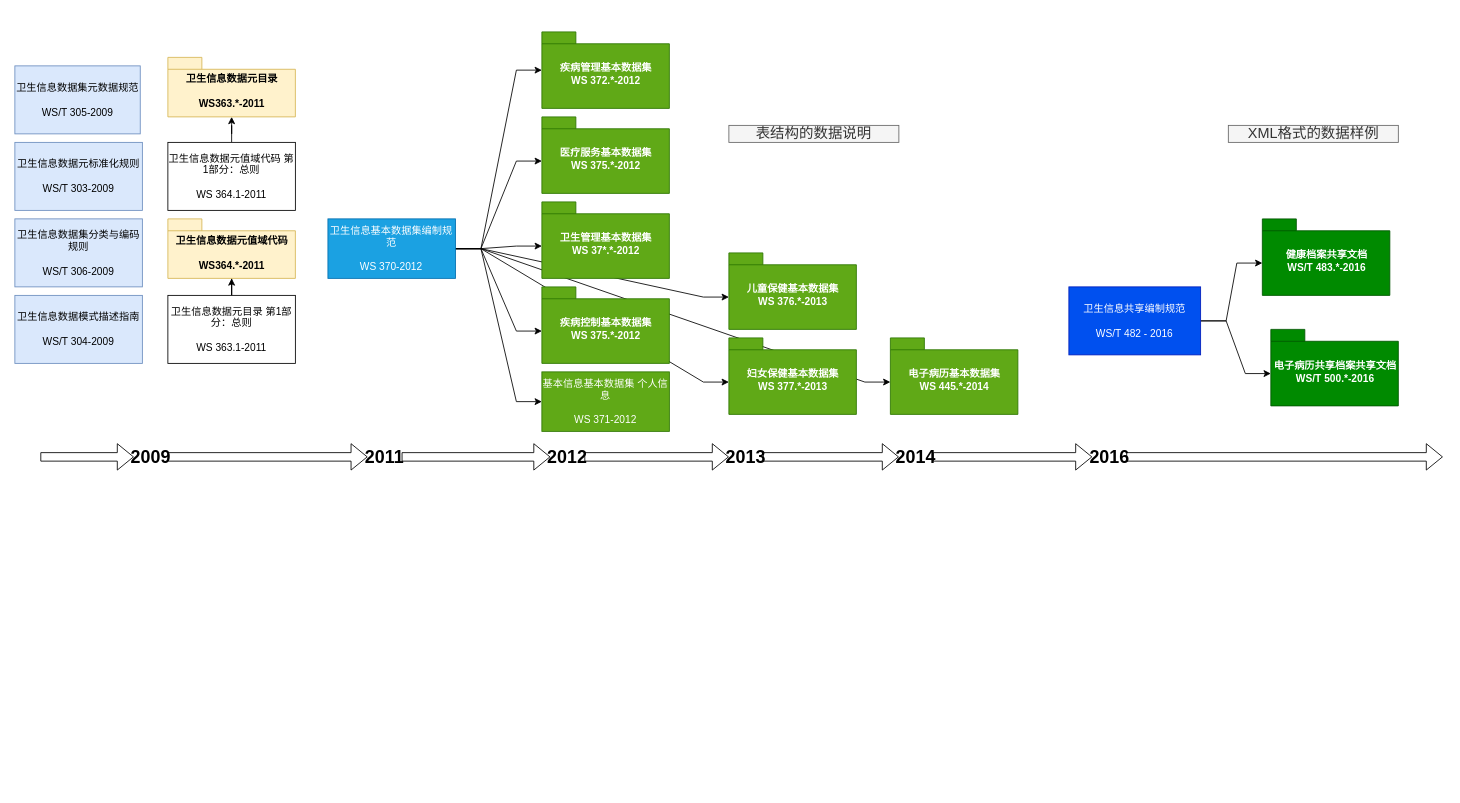
The draw.io diagram page "数据规范梳理" (2 of 2) of healthCloud.drawio in lzdong0714/note, before the edit. Source tidied: cells renumbered, new cells numbered last; positions are measured from the earlier drawing's top-left corner, leaving out a move shared by most shapes. Both pictures are drawn from the tidied source at 85%, with x=0, y=0 at pixel (14, 31).
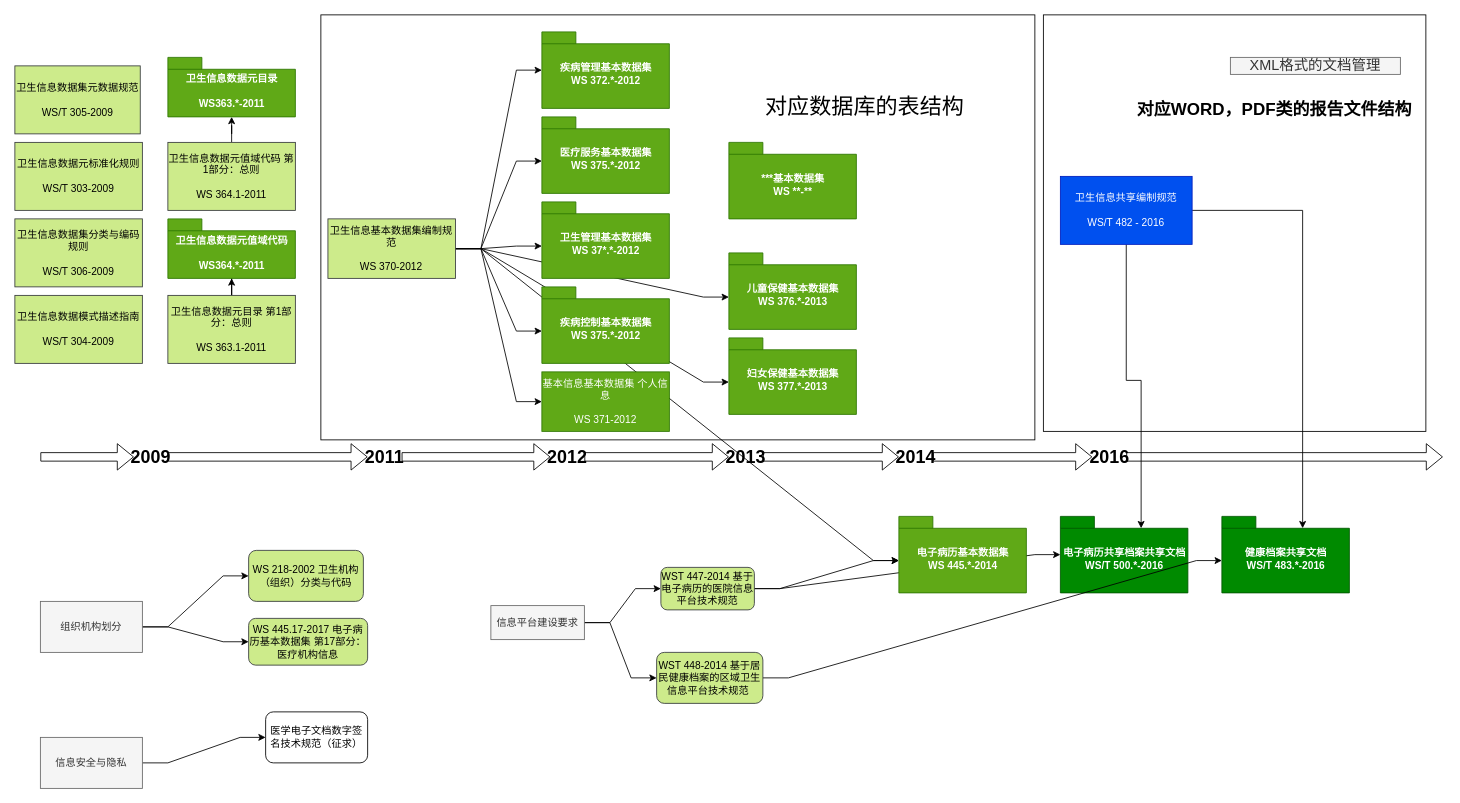
The same page after the edit.

What changed in the source:
```diff
@@
+    <mxCell id="49" style="edgeStyle=entityRelationEdgeStyle;rounded=0;jettySize=auto;html=1;" parent="1" edge="1" source="64" target="26">
+      <mxGeometry relative="1" as="geometry" />
+    </mxCell>
+    <mxCell id="50" style="rounded=0;whiteSpace=wrap;html=1;" parent="1" vertex="1">
+      <mxGeometry x="1210" y="-20" width="450" height="490" as="geometry" />
+    </mxCell>
+    <mxCell id="51" style="rounded=0;whiteSpace=wrap;html=1;" parent="1" vertex="1">
+      <mxGeometry x="360" y="-20" width="840" height="500" as="geometry" />
+    </mxCell>
+    <mxCell id="3" style="rounded=0;jettySize=auto;html=1;exitX=0.5;exitY=1;exitDx=0;exitDy=0;entryX=0;entryY=0;entryDx=95;entryDy=14;entryPerimeter=0;edgeStyle=orthogonalEdgeStyle;" parent="1" edge="1" source="4" target="26">
+      <mxGeometry relative="1" as="geometry" />
+    </mxCell>
-    <mxCell id="2" style="edgeStyle=entityRelationEdgeStyle;rounded=0;jettySize=auto;html=1;entryX=0;entryY=0;entryDx=0;entryDy=52;entryPerimeter=0;" parent="1" edge="1" source="4" target="23">
+    <mxCell id="2" style="edgeStyle=orthogonalEdgeStyle;rounded=0;jettySize=auto;html=1;entryX=0;entryY=0;entryDx=95;entryDy=14;entryPerimeter=0;" parent="1" edge="1" source="4" target="23">
       <mxGeometry relative="1" as="geometry" />
     </mxCell>
-    <mxCell id="3" style="edgeStyle=entityRelationEdgeStyle;rounded=0;jettySize=auto;html=1;entryX=0;entryY=0;entryDx=0;entryDy=52;entryPerimeter=0;" parent="1" edge="1" source="4" target="26">
-      <mxGeometry relative="1" as="geometry" />
-    </mxCell>
     <mxCell id="4" value="卫生信息共享编制规范&lt;br&gt;&lt;br&gt;&lt;span style=&quot;text-align: left ; white-space: nowrap&quot;&gt;WS/T 482 - 2016&lt;/span&gt;" style="rounded=0;whiteSpace=wrap;html=1;fillColor=#0050ef;strokeColor=#001DBC;fontColor=#ffffff;" parent="1" vertex="1">
-      <mxGeometry x="1240" y="300" width="155" height="80" as="geometry" />
+      <mxGeometry x="1230" y="170" width="155" height="80" as="geometry" />
     </mxCell>
-    <mxCell id="5" value="卫生信息数据元标准化规则&lt;br&gt;&lt;br&gt;WS/T 303-2009&lt;br&gt;" style="rounded=0;whiteSpace=wrap;html=1;fillColor=#dae8fc;strokeColor=#6c8ebf;" parent="1" vertex="1">
+    <mxCell id="5" value="卫生信息数据元标准化规则&lt;br&gt;&lt;br&gt;WS/T 303-2009&lt;br&gt;" style="rounded=0;whiteSpace=wrap;html=1;fillColor=#cdeb8b;strokeColor=#36393d;" parent="1" vertex="1">
       <mxGeometry y="130" width="150" height="80" as="geometry" />
     </mxCell>
-    <mxCell id="6" value="卫生信息数据模式描述指南&lt;br&gt;&lt;br&gt;WS/T 304-2009&lt;br&gt;" style="rounded=0;whiteSpace=wrap;html=1;fillColor=#dae8fc;strokeColor=#6c8ebf;" parent="1" vertex="1">
+    <mxCell id="6" value="卫生信息数据模式描述指南&lt;br&gt;&lt;br&gt;WS/T 304-2009&lt;br&gt;" style="rounded=0;whiteSpace=wrap;html=1;fillColor=#cdeb8b;strokeColor=#36393d;" parent="1" vertex="1">
       <mxGeometry y="310" width="150" height="80" as="geometry" />
     </mxCell>
-    <mxCell id="7" value="卫生信息数据集元数据规范&lt;br&gt;&lt;br&gt;WS/T 305-2009" style="rounded=0;whiteSpace=wrap;html=1;fillColor=#dae8fc;strokeColor=#6c8ebf;" parent="1" vertex="1">
+    <mxCell id="7" value="卫生信息数据集元数据规范&lt;br&gt;&lt;br&gt;WS/T 305-2009" style="rounded=0;whiteSpace=wrap;html=1;fillColor=#cdeb8b;strokeColor=#36393d;" parent="1" vertex="1">
       <mxGeometry y="40" width="147.5" height="80" as="geometry" />
     </mxCell>
@@
-    <mxCell id="9" value="卫生信息数据元值域代码 第1部分：总则&lt;br&gt;&lt;br&gt;WS 364.1-2011" style="rounded=0;whiteSpace=wrap;html=1;" parent="1" vertex="1">
+    <mxCell id="9" value="卫生信息数据元值域代码 第1部分：总则&lt;br&gt;&lt;br&gt;WS 364.1-2011" style="rounded=0;whiteSpace=wrap;html=1;fillColor=#cdeb8b;strokeColor=#36393d;" parent="1" vertex="1">
       <mxGeometry x="180" y="130" width="150" height="80" as="geometry" />
     </mxCell>
@@
-    <mxCell id="11" value="卫生信息数据元目录 第1部分：总则&lt;br&gt;&lt;br&gt;WS 363.1-2011" style="rounded=0;whiteSpace=wrap;html=1;" parent="1" vertex="1">
+    <mxCell id="11" value="卫生信息数据元目录 第1部分：总则&lt;br&gt;&lt;br&gt;WS 363.1-2011" style="rounded=0;whiteSpace=wrap;html=1;fillColor=#cdeb8b;strokeColor=#36393d;" parent="1" vertex="1">
       <mxGeometry x="180" y="310" width="150" height="80" as="geometry" />
     </mxCell>
@@
-    <mxCell id="20" value="卫生信息基本数据集编制规范&lt;br&gt;&lt;br&gt;WS 370-2012" style="rounded=0;whiteSpace=wrap;html=1;fillColor=#1ba1e2;strokeColor=#006EAF;fontColor=#ffffff;" parent="1" vertex="1">
+    <mxCell id="20" value="卫生信息基本数据集编制规范&lt;br&gt;&lt;br&gt;WS 370-2012" style="rounded=0;whiteSpace=wrap;html=1;fillColor=#cdeb8b;strokeColor=#36393d;" parent="1" vertex="1">
       <mxGeometry x="368.3" y="220" width="150" height="70" as="geometry" />
     </mxCell>
-    <mxCell id="21" value="卫生信息数据元值域代码&lt;br&gt;&lt;br&gt;WS364.*-2011" style="shape=folder;fontStyle=1;spacingTop=10;tabWidth=40;tabHeight=14;tabPosition=left;html=1;fillColor=#fff2cc;strokeColor=#d6b656;" parent="1" vertex="1">
+    <mxCell id="21" value="卫生信息数据元值域代码&lt;br&gt;&lt;br&gt;WS364.*-2011" style="shape=folder;fontStyle=1;spacingTop=10;tabWidth=40;tabHeight=14;tabPosition=left;html=1;fillColor=#60a917;strokeColor=#2D7600;fontColor=#ffffff;" parent="1" vertex="1">
       <mxGeometry x="180" y="220" width="150" height="70" as="geometry" />
     </mxCell>
-    <mxCell id="22" value="卫生信息数据元目录&lt;br&gt;&lt;br&gt;WS363.*-2011" style="shape=folder;fontStyle=1;spacingTop=10;tabWidth=40;tabHeight=14;tabPosition=left;html=1;fillColor=#fff2cc;strokeColor=#d6b656;" parent="1" vertex="1">
+    <mxCell id="22" value="卫生信息数据元目录&lt;br&gt;&lt;br&gt;WS363.*-2011" style="shape=folder;fontStyle=1;spacingTop=10;tabWidth=40;tabHeight=14;tabPosition=left;html=1;fillColor=#60a917;strokeColor=#2D7600;fontColor=#ffffff;" parent="1" vertex="1">
       <mxGeometry x="180" y="30" width="150" height="70" as="geometry" />
     </mxCell>
     <mxCell id="23" value="健康档案共享文档&lt;br&gt;WS/T 483.*-2016" style="shape=folder;fontStyle=1;spacingTop=10;tabWidth=40;tabHeight=14;tabPosition=left;html=1;fillColor=#008a00;strokeColor=#005700;fontColor=#ffffff;" parent="1" vertex="1">
-      <mxGeometry x="1467.6" y="220" width="150" height="90" as="geometry" />
+      <mxGeometry x="1420" y="570" width="150" height="90" as="geometry" />
     </mxCell>
@@
     <mxCell id="26" value="电子病历共享档案共享文档&lt;br&gt;WS/T 500.*-2016" style="shape=folder;fontStyle=1;spacingTop=10;tabWidth=40;tabHeight=14;tabPosition=left;html=1;fillColor=#008a00;strokeColor=#005700;fontColor=#ffffff;" parent="1" vertex="1">
-      <mxGeometry x="1477.6" y="350" width="150" height="90" as="geometry" />
+      <mxGeometry x="1230" y="570" width="150" height="90" as="geometry" />
     </mxCell>
@@
     <mxCell id="45" value="电子病历基本数据集&lt;br&gt;WS 445.*-2014" style="shape=folder;fontStyle=1;spacingTop=10;tabWidth=40;tabHeight=14;tabPosition=left;html=1;fillColor=#60a917;strokeColor=#2D7600;fontColor=#ffffff;" parent="1" vertex="1">
-      <mxGeometry x="1030" y="360" width="150" height="90" as="geometry" />
+      <mxGeometry x="1040" y="570" width="150" height="90" as="geometry" />
     </mxCell>
-    <mxCell id="46" value="&lt;font style=&quot;font-size: 17px&quot;&gt;XML格式的数据样例&lt;/font&gt;" style="text;html=1;strokeColor=#666666;fillColor=#f5f5f5;align=center;verticalAlign=middle;whiteSpace=wrap;rounded=0;fontColor=#333333;" parent="1" vertex="1">
-      <mxGeometry x="1427.6" y="110" width="200" height="20" as="geometry" />
+    <mxCell id="46" value="&lt;font style=&quot;font-size: 17px&quot;&gt;XML格式的文档管理&lt;/font&gt;" style="text;html=1;strokeColor=#666666;fillColor=#f5f5f5;align=center;verticalAlign=middle;whiteSpace=wrap;rounded=0;fontColor=#333333;" parent="1" vertex="1">
+      <mxGeometry x="1430" y="30" width="200" height="20" as="geometry" />
     </mxCell>
-    <mxCell id="47" value="&lt;span style=&quot;font-size: 17px&quot;&gt;表结构的数据说明&lt;/span&gt;" style="text;html=1;strokeColor=#666666;fillColor=#f5f5f5;align=center;verticalAlign=middle;whiteSpace=wrap;rounded=0;fontColor=#333333;" parent="1" vertex="1">
-      <mxGeometry x="840" y="110" width="200" height="20" as="geometry" />
-    </mxCell>
-    <mxCell id="48" value="卫生信息数据集分类与编码规则&lt;br&gt;&lt;br&gt;WS/T 306-2009&lt;br&gt;" style="rounded=0;whiteSpace=wrap;html=1;fillColor=#dae8fc;strokeColor=#6c8ebf;" parent="1" vertex="1">
+    <mxCell id="48" value="卫生信息数据集分类与编码规则&lt;br&gt;&lt;br&gt;WS/T 306-2009&lt;br&gt;" style="rounded=0;whiteSpace=wrap;html=1;fillColor=#cdeb8b;strokeColor=#36393d;" parent="1" vertex="1">
       <mxGeometry y="220" width="150" height="80" as="geometry" />
     </mxCell>
+    <mxCell id="52" value="&lt;font style=&quot;font-size: 26px&quot;&gt;对应数据库的表结构&lt;/font&gt;" style="text;html=1;strokeColor=none;fillColor=none;align=center;verticalAlign=middle;whiteSpace=wrap;rounded=0;" parent="1" vertex="1">
+      <mxGeometry x="880" y="45" width="240" height="85" as="geometry" />
+    </mxCell>
+    <mxCell id="53" value="***基本数据集&lt;br&gt;WS **-**" style="shape=folder;fontStyle=1;spacingTop=10;tabWidth=40;tabHeight=14;tabPosition=left;html=1;fillColor=#60a917;strokeColor=#2D7600;fontColor=#ffffff;" parent="1" vertex="1">
+      <mxGeometry x="840" y="130" width="150" height="90" as="geometry" />
+    </mxCell>
+    <mxCell id="54" value="&lt;font style=&quot;font-size: 20px&quot;&gt;&lt;b&gt;对应WORD，PDF类的报告文件结构&lt;/b&gt;&lt;/font&gt;" style="text;html=1;strokeColor=none;fillColor=none;align=center;verticalAlign=middle;whiteSpace=wrap;rounded=0;" parent="1" vertex="1">
+      <mxGeometry x="1280.8" y="80" width="402.4" height="20" as="geometry" />
+    </mxCell>
+    <mxCell id="55" style="edgeStyle=entityRelationEdgeStyle;rounded=0;jettySize=auto;html=1;entryX=0;entryY=0.5;entryDx=0;entryDy=0;" parent="1" edge="1" source="57" target="68">
+      <mxGeometry relative="1" as="geometry" />
+    </mxCell>
+    <mxCell id="56" style="edgeStyle=entityRelationEdgeStyle;rounded=0;jettySize=auto;html=1;entryX=0;entryY=0.5;entryDx=0;entryDy=0;" parent="1" edge="1" source="57" target="67">
+      <mxGeometry relative="1" as="geometry" />
+    </mxCell>
+    <mxCell id="57" value="组织机构划分" style="rounded=0;whiteSpace=wrap;html=1;fillColor=#f5f5f5;strokeColor=#666666;fontColor=#333333;" parent="1" vertex="1">
+      <mxGeometry x="30" y="670" width="120" height="60" as="geometry" />
+    </mxCell>
+    <mxCell id="58" style="edgeStyle=entityRelationEdgeStyle;rounded=0;jettySize=auto;html=1;entryX=0;entryY=0.5;entryDx=0;entryDy=0;" parent="1" edge="1" source="59" target="69">
+      <mxGeometry relative="1" as="geometry" />
+    </mxCell>
+    <mxCell id="59" value="信息安全与隐私" style="rounded=0;whiteSpace=wrap;html=1;fillColor=#f5f5f5;strokeColor=#666666;fontColor=#333333;" parent="1" vertex="1">
+      <mxGeometry x="30" y="830" width="120" height="60" as="geometry" />
+    </mxCell>
+    <mxCell id="60" style="edgeStyle=entityRelationEdgeStyle;rounded=0;jettySize=auto;html=1;entryX=0;entryY=0.5;entryDx=0;entryDy=0;" parent="1" edge="1" source="62" target="64">
+      <mxGeometry relative="1" as="geometry" />
+    </mxCell>
+    <mxCell id="61" style="edgeStyle=entityRelationEdgeStyle;rounded=0;jettySize=auto;html=1;entryX=0;entryY=0.5;entryDx=0;entryDy=0;" parent="1" edge="1" source="62" target="66">
+      <mxGeometry relative="1" as="geometry" />
+    </mxCell>
+    <mxCell id="62" value="信息平台建设要求" style="rounded=0;whiteSpace=wrap;html=1;fillColor=#f5f5f5;strokeColor=#666666;fontColor=#333333;" parent="1" vertex="1">
+      <mxGeometry x="560" y="675" width="110" height="40" as="geometry" />
+    </mxCell>
+    <mxCell id="63" style="edgeStyle=entityRelationEdgeStyle;rounded=0;jettySize=auto;html=1;entryX=0;entryY=0;entryDx=0;entryDy=52;entryPerimeter=0;" parent="1" edge="1" source="64" target="45">
+      <mxGeometry relative="1" as="geometry" />
+    </mxCell>
+    <mxCell id="64" value="WST 447-2014 基于电子病历的医院信息平台技术规范" style="rounded=1;whiteSpace=wrap;html=1;fillColor=#cdeb8b;strokeColor=#36393d;" parent="1" vertex="1">
+      <mxGeometry x="760" y="630" width="110" height="50" as="geometry" />
+    </mxCell>
+    <mxCell id="65" style="edgeStyle=entityRelationEdgeStyle;rounded=0;jettySize=auto;html=1;entryX=0;entryY=0;entryDx=0;entryDy=52;entryPerimeter=0;" parent="1" edge="1" source="66" target="23">
+      <mxGeometry relative="1" as="geometry" />
+    </mxCell>
+    <mxCell id="66" value="WST 448-2014 基于居民健康档案的区域卫生信息平台技术规范&amp;nbsp;" style="rounded=1;whiteSpace=wrap;html=1;fillColor=#cdeb8b;strokeColor=#36393d;" parent="1" vertex="1">
+      <mxGeometry x="755" y="730" width="125" height="60" as="geometry" />
+    </mxCell>
+    <mxCell id="67" value="WS 445.17-2017 电子病历基本数据集 第17部分：医疗机构信息" style="rounded=1;whiteSpace=wrap;html=1;fillColor=#cdeb8b;strokeColor=#36393d;" parent="1" vertex="1">
+      <mxGeometry x="275" y="690" width="140" height="55" as="geometry" />
+    </mxCell>
+    <mxCell id="68" value="&lt;span style=&quot;white-space: normal&quot;&gt;WS 218-2002 卫生机构（组织）分类与代码&lt;/span&gt;" style="rounded=1;whiteSpace=wrap;html=1;fillColor=#cdeb8b;strokeColor=#36393d;" parent="1" vertex="1">
+      <mxGeometry x="275" y="610" width="135" height="60" as="geometry" />
+    </mxCell>
+    <mxCell id="69" value="医学电子文档数字签名技术规范（征求）" style="rounded=1;whiteSpace=wrap;html=1;" parent="1" vertex="1">
+      <mxGeometry x="295" y="800" width="120" height="60" as="geometry" />
+    </mxCell>
```
